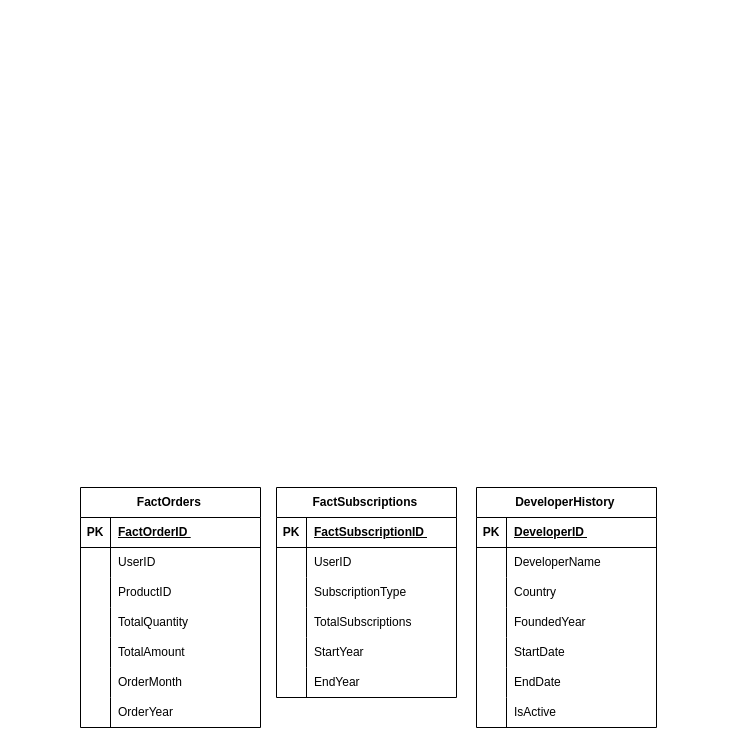
This is Solution/Schemas/OLAP_LogicalSchema.drawio from Alfie213/SQL-DataProc-CourseWork, a draw.io file, before an edit. Source tidied: cells renumbered, new cells numbered last; positions are measured from the earlier drawing's top-left corner, leaving out a move shared by most shapes. Both pictures are drawn from the tidied source at 100%, with x=0, y=0 at pixel (80, 487).
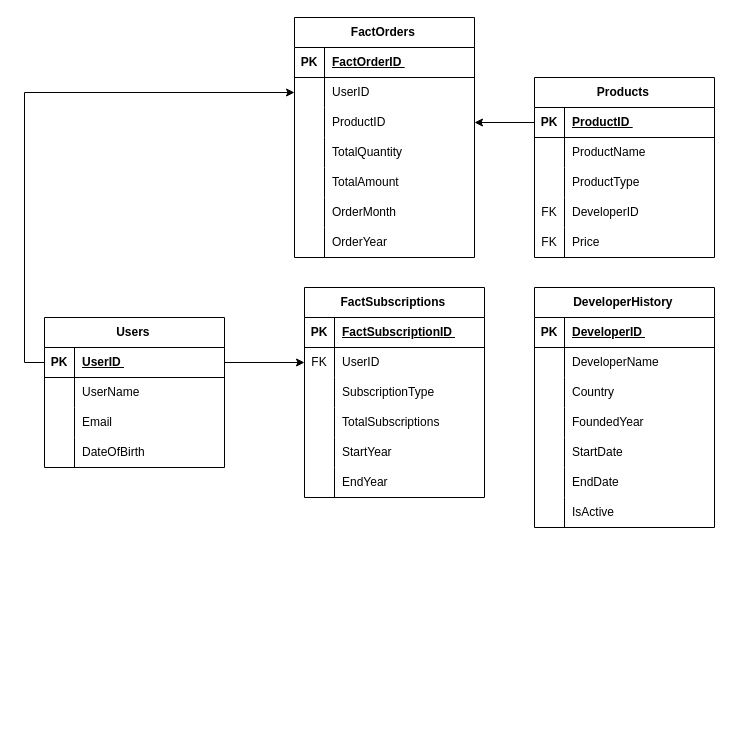
The same diagram, later.

Unchanged cells that the change refers to:
```xml
<mxCell id="6" style="shape=tableRow;horizontal=0;startSize=0;swimlaneHead=0;swimlaneBody=0;fillColor=none;points=[[0,0.5],[1,0.5]];portConstraint=eastwest;top=0;left=0;right=0;bottom=0;" parent="2" vertex="1">
  <mxGeometry y="60" width="180" height="30" as="geometry" />
</mxCell>
<mxCell id="9" style="shape=tableRow;horizontal=0;startSize=0;swimlaneHead=0;swimlaneBody=0;fillColor=none;points=[[0,0.5],[1,0.5]];portConstraint=eastwest;top=0;left=0;right=0;bottom=0;" parent="2" vertex="1">
  <mxGeometry y="90" width="180" height="30" as="geometry" />
</mxCell>
<mxCell id="28" style="shape=tableRow;horizontal=0;startSize=0;swimlaneHead=0;swimlaneBody=0;fillColor=none;points=[[0,0.5],[1,0.5]];portConstraint=eastwest;top=0;left=0;right=0;bottom=0;" parent="24" vertex="1">
  <mxGeometry y="60" width="180" height="30" as="geometry" />
</mxCell>
```

Change to the diagram source:
```diff
@@
     <mxCell id="2" value="FactOrders&amp;nbsp;" style="shape=table;startSize=30;childLayout=tableLayout;rowLines=0;fontStyle=1;align=center;html=1;" parent="1" vertex="1">
-      <mxGeometry width="180" height="240" as="geometry" />
+      <mxGeometry x="214" y="-470" width="180" height="240" as="geometry" />
     </mxCell>
@@
     <mxCell id="24" value="FactSubscriptions&amp;nbsp;" style="shape=table;startSize=30;childLayout=tableLayout;rowLines=0;fontStyle=1;align=center;html=1;" parent="1" vertex="1">
-      <mxGeometry x="196" width="180" height="210" as="geometry" />
+      <mxGeometry x="224" y="-200" width="180" height="210" as="geometry" />
     </mxCell>
@@
-    <mxCell id="29" style="shape=partialRectangle;fillColor=none;top=0;left=0;bottom=0;right=0;overflow=hidden;whiteSpace=wrap;html=1;" parent="28" vertex="1">
+    <mxCell id="29" value="FK" style="shape=partialRectangle;fillColor=none;top=0;left=0;bottom=0;right=0;overflow=hidden;whiteSpace=wrap;html=1;" parent="28" vertex="1">
       <mxGeometry width="30" height="30" as="geometry" />
     </mxCell>
@@
     <mxCell id="43" value="DeveloperHistory&amp;nbsp;" style="shape=table;startSize=30;childLayout=tableLayout;rowLines=0;fontStyle=1;align=center;html=1;" parent="1" vertex="1">
-      <mxGeometry x="396" width="180" height="240" as="geometry" />
+      <mxGeometry x="454" y="-200" width="180" height="240" as="geometry" />
     </mxCell>
@@
+    <mxCell id="65" value="Users&amp;nbsp;" style="shape=table;startSize=30;childLayout=tableLayout;rowLines=0;fontStyle=1;align=center;html=1;" parent="1" vertex="1">
+      <mxGeometry x="-36" y="-170" width="180" height="150" as="geometry" />
+    </mxCell>
+    <mxCell id="66" style="shape=tableRow;horizontal=0;startSize=0;swimlaneHead=0;swimlaneBody=0;fillColor=none;points=[[0,0.5],[1,0.5]];portConstraint=eastwest;top=0;left=0;right=0;bottom=1;" parent="65" vertex="1">
+      <mxGeometry y="30" width="180" height="30" as="geometry" />
+    </mxCell>
+    <mxCell id="67" value="PK" style="shape=partialRectangle;fillColor=none;top=0;left=0;bottom=0;right=0;fontStyle=1;overflow=hidden;whiteSpace=wrap;html=1;" parent="66" vertex="1">
+      <mxGeometry width="30" height="30" as="geometry" />
+    </mxCell>
+    <mxCell id="68" value="UserID&amp;nbsp;" style="shape=partialRectangle;fillColor=none;top=0;left=0;bottom=0;right=0;align=left;spacingLeft=6;fontStyle=5;overflow=hidden;whiteSpace=wrap;html=1;" parent="66" vertex="1">
+      <mxGeometry x="30" width="150" height="30" as="geometry" />
+    </mxCell>
+    <mxCell id="69" style="shape=tableRow;horizontal=0;startSize=0;swimlaneHead=0;swimlaneBody=0;fillColor=none;top=0;left=0;right=0;bottom=0;" parent="65" vertex="1">
+      <mxGeometry y="60" width="180" height="30" as="geometry" />
+    </mxCell>
+    <mxCell id="70" style="shape=partialRectangle;fillColor=none;top=0;left=0;bottom=0;right=0;overflow=hidden;whiteSpace=wrap;html=1;" parent="69" vertex="1">
+      <mxGeometry width="30" height="30" as="geometry" />
+    </mxCell>
+    <mxCell id="71" value="UserName&amp;nbsp;" style="shape=partialRectangle;fillColor=none;top=0;left=0;bottom=0;right=0;align=left;spacingLeft=6;overflow=hidden;whiteSpace=wrap;html=1;" parent="69" vertex="1">
+      <mxGeometry x="30" width="150" height="30" as="geometry" />
+    </mxCell>
+    <mxCell id="72" style="shape=tableRow;horizontal=0;startSize=0;swimlaneHead=0;swimlaneBody=0;fillColor=none;top=0;left=0;right=0;bottom=0;" parent="65" vertex="1">
+      <mxGeometry y="90" width="180" height="30" as="geometry" />
+    </mxCell>
+    <mxCell id="73" style="shape=partialRectangle;fillColor=none;top=0;left=0;bottom=0;right=0;overflow=hidden;whiteSpace=wrap;html=1;" parent="72" vertex="1">
+      <mxGeometry width="30" height="30" as="geometry" />
+    </mxCell>
+    <mxCell id="74" value="Email&amp;nbsp;" style="shape=partialRectangle;fillColor=none;top=0;left=0;bottom=0;right=0;align=left;spacingLeft=6;overflow=hidden;whiteSpace=wrap;html=1;" parent="72" vertex="1">
+      <mxGeometry x="30" width="150" height="30" as="geometry" />
+    </mxCell>
+    <mxCell id="75" style="shape=tableRow;horizontal=0;startSize=0;swimlaneHead=0;swimlaneBody=0;fillColor=none;top=0;left=0;right=0;bottom=0;" parent="65" vertex="1">
+      <mxGeometry y="120" width="180" height="30" as="geometry" />
+    </mxCell>
+    <mxCell id="76" style="shape=partialRectangle;fillColor=none;top=0;left=0;bottom=0;right=0;overflow=hidden;whiteSpace=wrap;html=1;" parent="75" vertex="1">
+      <mxGeometry width="30" height="30" as="geometry" />
+    </mxCell>
+    <mxCell id="77" value="DateOfBirth&amp;nbsp;" style="shape=partialRectangle;fillColor=none;top=0;left=0;bottom=0;right=0;align=left;spacingLeft=6;overflow=hidden;whiteSpace=wrap;html=1;" parent="75" vertex="1">
+      <mxGeometry x="30" width="150" height="30" as="geometry" />
+    </mxCell>
+    <mxCell id="78" value="Products&amp;nbsp;" style="shape=table;startSize=30;childLayout=tableLayout;rowLines=0;fontStyle=1;align=center;html=1;" parent="1" vertex="1">
+      <mxGeometry x="454" y="-410" width="180" height="180" as="geometry" />
+    </mxCell>
+    <mxCell id="79" style="shape=tableRow;horizontal=0;startSize=0;swimlaneHead=0;swimlaneBody=0;fillColor=none;points=[[0,0.5],[1,0.5]];portConstraint=eastwest;top=0;left=0;right=0;bottom=1;" parent="78" vertex="1">
+      <mxGeometry y="30" width="180" height="30" as="geometry" />
+    </mxCell>
+    <mxCell id="80" value="PK" style="shape=partialRectangle;fillColor=none;top=0;left=0;bottom=0;right=0;fontStyle=1;overflow=hidden;whiteSpace=wrap;html=1;" parent="79" vertex="1">
+      <mxGeometry width="30" height="30" as="geometry" />
+    </mxCell>
+    <mxCell id="81" value="ProductID&amp;nbsp;" style="shape=partialRectangle;fillColor=none;top=0;left=0;bottom=0;right=0;align=left;spacingLeft=6;fontStyle=5;overflow=hidden;whiteSpace=wrap;html=1;" parent="79" vertex="1">
+      <mxGeometry x="30" width="150" height="30" as="geometry" />
+    </mxCell>
+    <mxCell id="82" style="shape=tableRow;horizontal=0;startSize=0;swimlaneHead=0;swimlaneBody=0;fillColor=none;top=0;left=0;right=0;bottom=0;" parent="78" vertex="1">
+      <mxGeometry y="60" width="180" height="30" as="geometry" />
+    </mxCell>
+    <mxCell id="83" style="shape=partialRectangle;fillColor=none;top=0;left=0;bottom=0;right=0;overflow=hidden;whiteSpace=wrap;html=1;" parent="82" vertex="1">
+      <mxGeometry width="30" height="30" as="geometry" />
+    </mxCell>
+    <mxCell id="84" value="ProductName&amp;nbsp;" style="shape=partialRectangle;fillColor=none;top=0;left=0;bottom=0;right=0;align=left;spacingLeft=6;overflow=hidden;whiteSpace=wrap;html=1;" parent="82" vertex="1">
+      <mxGeometry x="30" width="150" height="30" as="geometry" />
+    </mxCell>
+    <mxCell id="85" style="shape=tableRow;horizontal=0;startSize=0;swimlaneHead=0;swimlaneBody=0;fillColor=none;top=0;left=0;right=0;bottom=0;" parent="78" vertex="1">
+      <mxGeometry y="90" width="180" height="30" as="geometry" />
+    </mxCell>
+    <mxCell id="86" style="shape=partialRectangle;fillColor=none;top=0;left=0;bottom=0;right=0;overflow=hidden;whiteSpace=wrap;html=1;" parent="85" vertex="1">
+      <mxGeometry width="30" height="30" as="geometry" />
+    </mxCell>
+    <mxCell id="87" value="ProductType&amp;nbsp;" style="shape=partialRectangle;fillColor=none;top=0;left=0;bottom=0;right=0;align=left;spacingLeft=6;overflow=hidden;whiteSpace=wrap;html=1;" parent="85" vertex="1">
+      <mxGeometry x="30" width="150" height="30" as="geometry" />
+    </mxCell>
+    <mxCell id="88" style="shape=tableRow;horizontal=0;startSize=0;swimlaneHead=0;swimlaneBody=0;fillColor=none;top=0;left=0;right=0;bottom=0;" parent="78" vertex="1">
+      <mxGeometry y="120" width="180" height="30" as="geometry" />
+    </mxCell>
+    <mxCell id="89" value="FK" style="shape=partialRectangle;fillColor=none;top=0;left=0;bottom=0;right=0;fontStyle=0;overflow=hidden;whiteSpace=wrap;html=1;" parent="88" vertex="1">
+      <mxGeometry width="30" height="30" as="geometry" />
+    </mxCell>
+    <mxCell id="90" value="DeveloperID&amp;nbsp;" style="shape=partialRectangle;fillColor=none;top=0;left=0;bottom=0;right=0;align=left;spacingLeft=6;fontStyle=0;overflow=hidden;whiteSpace=wrap;html=1;" parent="88" vertex="1">
+      <mxGeometry x="30" width="150" height="30" as="geometry" />
+    </mxCell>
+    <mxCell id="91" style="shape=tableRow;horizontal=0;startSize=0;swimlaneHead=0;swimlaneBody=0;fillColor=none;top=0;left=0;right=0;bottom=0;" parent="78" vertex="1">
+      <mxGeometry y="150" width="180" height="30" as="geometry" />
+    </mxCell>
+    <mxCell id="92" value="FK" style="shape=partialRectangle;fillColor=none;top=0;left=0;bottom=0;right=0;fontStyle=0;overflow=hidden;whiteSpace=wrap;html=1;" parent="91" vertex="1">
+      <mxGeometry width="30" height="30" as="geometry" />
+    </mxCell>
+    <mxCell id="93" value="Price" style="shape=partialRectangle;fillColor=none;top=0;left=0;bottom=0;right=0;align=left;spacingLeft=6;fontStyle=0;overflow=hidden;whiteSpace=wrap;html=1;" parent="91" vertex="1">
+      <mxGeometry x="30" width="150" height="30" as="geometry" />
+    </mxCell>
+    <mxCell id="94" style="edgeStyle=orthogonalEdgeStyle;rounded=0;jettySize=auto;html=1;exitX=1;exitY=0.5;exitDx=0;exitDy=0;" parent="1" edge="1" source="66" target="28">
+      <mxGeometry relative="1" as="geometry" />
+    </mxCell>
+    <mxCell id="95" style="edgeStyle=orthogonalEdgeStyle;rounded=0;jettySize=auto;html=1;exitX=0;exitY=0.5;exitDx=0;exitDy=0;" parent="1" edge="1" source="79" target="9">
+      <mxGeometry relative="1" as="geometry" />
+    </mxCell>
+    <mxCell id="96" style="edgeStyle=orthogonalEdgeStyle;rounded=0;jettySize=auto;html=1;exitX=0;exitY=0.5;exitDx=0;exitDy=0;" parent="1" edge="1" source="66" target="6">
+      <mxGeometry relative="1" as="geometry" />
+    </mxCell>
```
